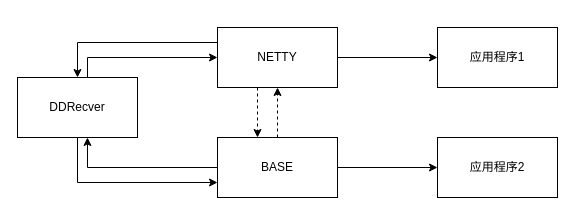
The draw.io diagram Untitled Diagram.drawio in VilaNan/tsxxx.github.io, before the edit. Source tidied: cells renumbered, new cells numbered last; positions are measured from the earlier drawing's top-left corner, leaving out a move shared by most shapes. Both pictures are drawn from the tidied source at 100%, with x=0, y=0 at pixel (17, 27).
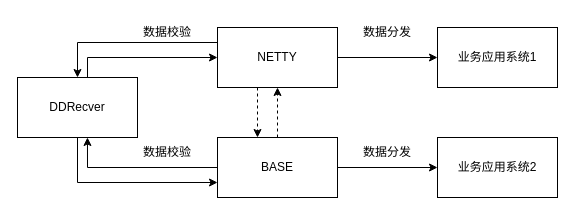
After the change.

Change to the diagram source:
```diff
@@
-    <mxCell id="13" value="应用程序1" style="rounded=0;whiteSpace=wrap;html=1;" parent="1" vertex="1">
+    <mxCell id="13" value="业务应用系统1" style="rounded=0;whiteSpace=wrap;html=1;" parent="1" vertex="1">
       <mxGeometry x="420" width="120" height="60" as="geometry" />
     </mxCell>
-    <mxCell id="14" value="应用程序2" style="rounded=0;whiteSpace=wrap;html=1;" parent="1" vertex="1">
+    <mxCell id="14" value="业务应用系统2" style="rounded=0;whiteSpace=wrap;html=1;" parent="1" vertex="1">
       <mxGeometry x="420" y="110" width="120" height="60" as="geometry" />
     </mxCell>
+    <mxCell id="15" value="数据分发" style="text;html=1;strokeColor=none;fillColor=none;align=center;verticalAlign=middle;whiteSpace=wrap;rounded=0;" parent="1" vertex="1">
+      <mxGeometry x="340" y="-10" width="60" height="30" as="geometry" />
+    </mxCell>
+    <mxCell id="16" value="数据分发" style="text;html=1;strokeColor=none;fillColor=none;align=center;verticalAlign=middle;whiteSpace=wrap;rounded=0;" parent="1" vertex="1">
+      <mxGeometry x="340" y="110" width="60" height="30" as="geometry" />
+    </mxCell>
+    <mxCell id="17" value="数据校验" style="text;html=1;strokeColor=none;fillColor=none;align=center;verticalAlign=middle;whiteSpace=wrap;rounded=0;" parent="1" vertex="1">
+      <mxGeometry x="120" y="-10" width="60" height="30" as="geometry" />
+    </mxCell>
+    <mxCell id="18" value="数据校验" style="text;html=1;strokeColor=none;fillColor=none;align=center;verticalAlign=middle;whiteSpace=wrap;rounded=0;" parent="1" vertex="1">
+      <mxGeometry x="120" y="110" width="60" height="30" as="geometry" />
+    </mxCell>
+    <mxCell id="19" style="edgeStyle=orthogonalEdgeStyle;rounded=0;orthogonalLoop=1;jettySize=auto;html=1;exitX=0.5;exitY=1;exitDx=0;exitDy=0;" parent="1" edge="1" source="17" target="17">
+      <mxGeometry relative="1" as="geometry" />
+    </mxCell>
```
